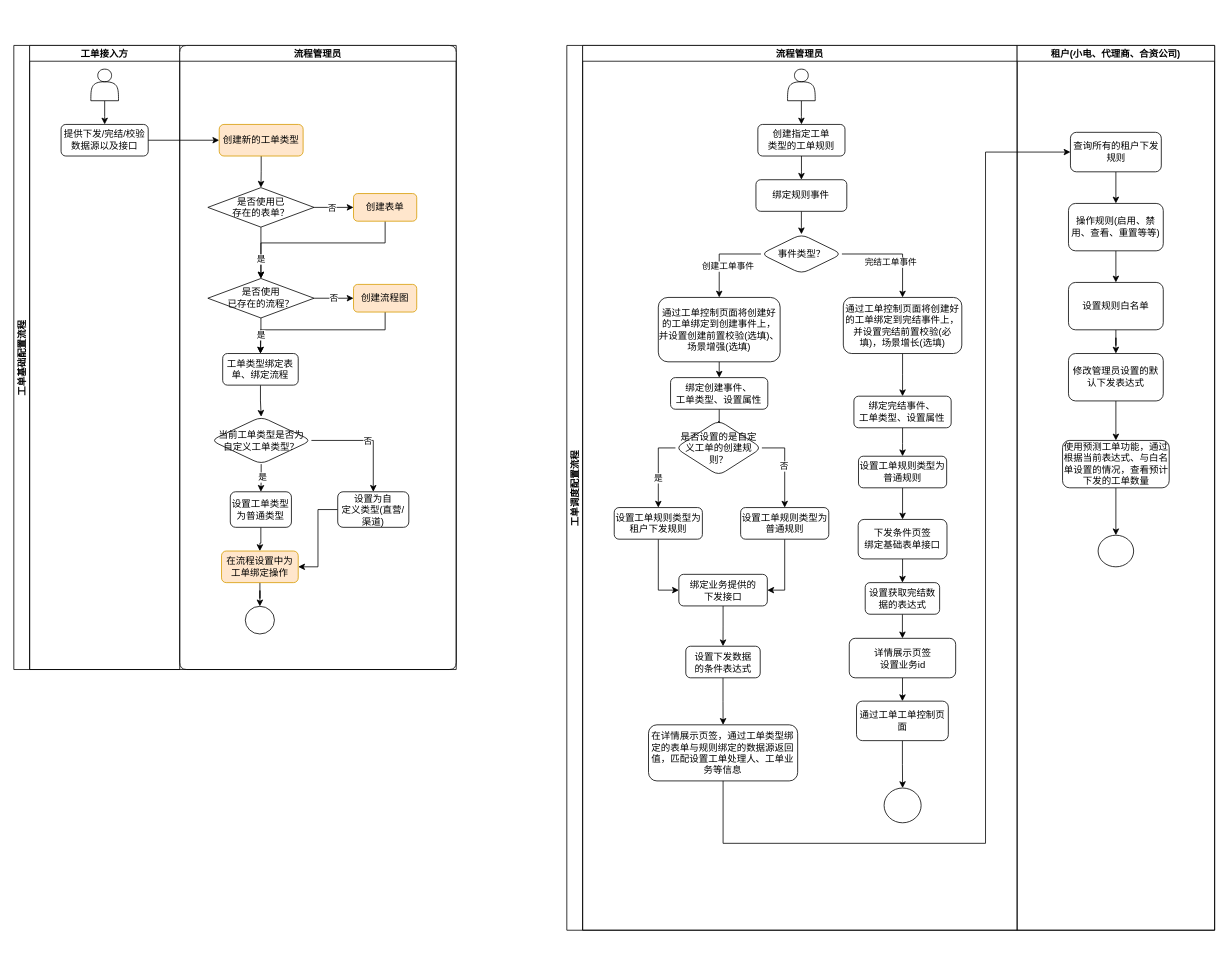
This is 工单配置流程.drawio from 330129161/draw.io, a draw.io file, before an edit. Source tidied: cells renumbered, new cells numbered last; positions are measured from the earlier drawing's top-left corner, leaving out a move shared by most shapes. Both pictures are drawn from the tidied source at 79%, with x=0, y=0 at pixel (13, 45).
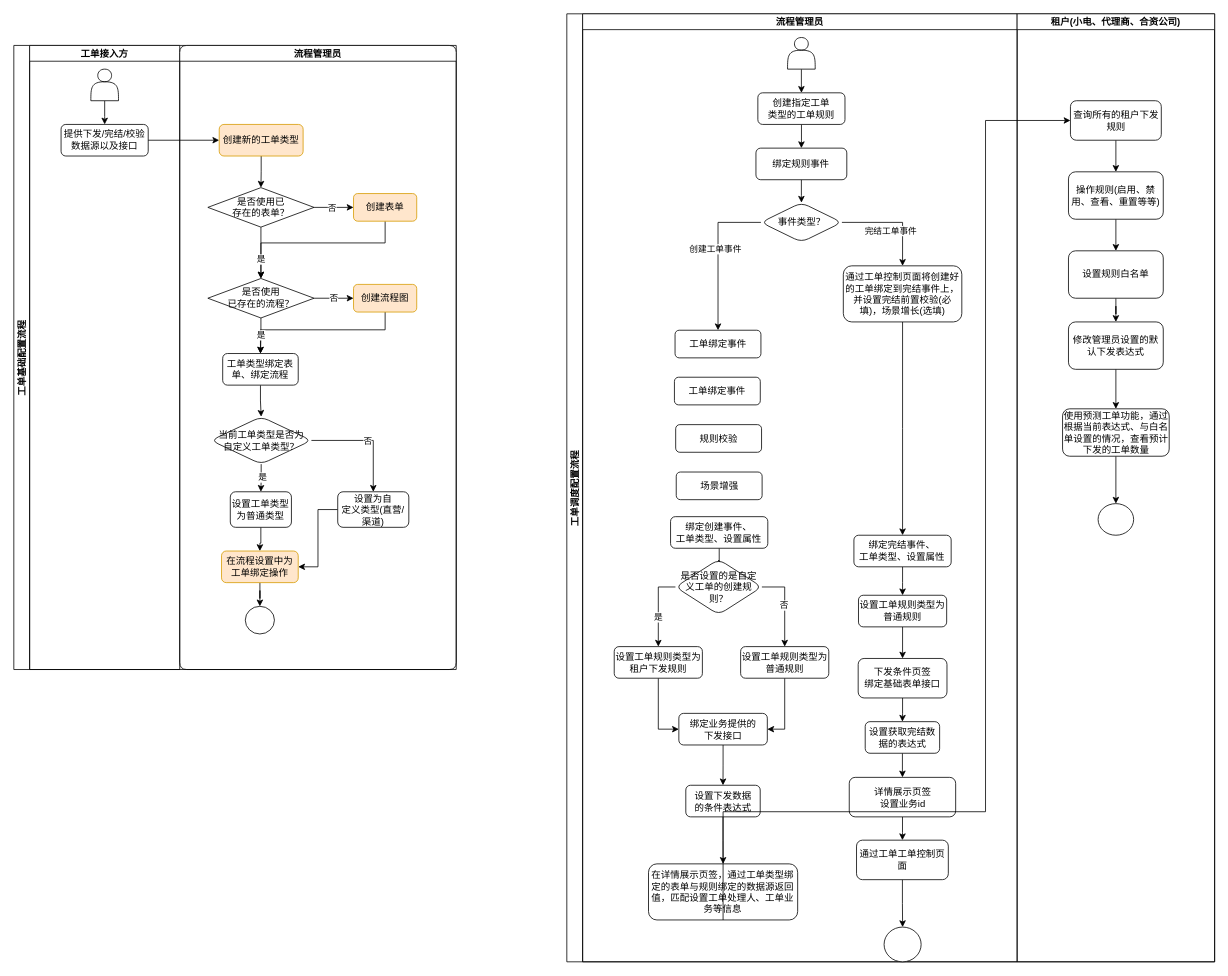
Above is the later version.

Commit message:
更新工单配置流程.drawio

Unchanged cells that the change refers to:
```xml
<mxCell id="14" value="事件类型？" style="rhombus;whiteSpace=wrap;html=1;rounded=1;" parent="3" vertex="1">
  <mxGeometry x="225.7" y="239" width="102.5" height="50" as="geometry" />
</mxCell>
```

What changed in the source:
```diff
@@
     <mxCell id="2" value="工单调度配置流程" style="swimlane;startSize=20;horizontal=0;" parent="1" vertex="1">
-      <mxGeometry x="700" width="820" height="1120" as="geometry" />
+      <mxGeometry x="700" y="-40" width="820" height="1200" as="geometry" />
     </mxCell>
     <mxCell id="3" value="流程管理员" style="swimlane;startSize=20;" parent="2" vertex="1">
-      <mxGeometry x="20" width="550" height="1120" as="geometry" />
+      <mxGeometry x="20" width="550" height="1200" as="geometry" />
     </mxCell>
@@
-    <mxCell id="10" style="edgeStyle=orthogonalEdgeStyle;rounded=0;jettySize=auto;html=1;exitX=0;exitY=0.5;exitDx=0;exitDy=0;" parent="3" edge="1" source="14" target="16">
+    <mxCell id="10" style="edgeStyle=orthogonalEdgeStyle;rounded=0;jettySize=auto;html=1;exitX=0;exitY=0.5;exitDx=0;exitDy=0;" parent="3" edge="1" source="14" target="100">
       <mxGeometry relative="1" as="geometry" />
     </mxCell>
@@
-    <mxCell id="15" style="edgeStyle=orthogonalEdgeStyle;rounded=0;jettySize=auto;html=1;" parent="3" edge="1" source="16" target="20">
-      <mxGeometry relative="1" as="geometry" />
-    </mxCell>
-    <mxCell id="16" value="通过工单控制页面将创建好&lt;br&gt;的工单绑定到创建事件上，&lt;br&gt;并设置创建前置校验(选填)、场景增强(选填)" style="whiteSpace=wrap;html=1;rounded=1;" parent="3" vertex="1">
-      <mxGeometry x="95.8" y="319" width="154.2" height="81.5" as="geometry" />
-    </mxCell>
@@
     <mxCell id="20" value="绑定创建事件、&lt;br&gt;工单类型、设置属性" style="whiteSpace=wrap;html=1;rounded=1;" parent="3" vertex="1">
-      <mxGeometry x="111.3" y="420.5" width="123.1" height="40" as="geometry" />
+      <mxGeometry x="111.3" y="636.5" width="123.1" height="40" as="geometry" />
     </mxCell>
@@
     <mxCell id="22" value="绑定完结事件、&lt;br&gt;工单类型、设置属性" style="whiteSpace=wrap;html=1;rounded=1;" parent="3" vertex="1">
-      <mxGeometry x="343.4" y="444" width="123.1" height="40" as="geometry" />
+      <mxGeometry x="343.4" y="660" width="123.1" height="40" as="geometry" />
     </mxCell>
@@
     <mxCell id="24" value="设置工单规则类型为租户下发规则" style="whiteSpace=wrap;html=1;rounded=1;" parent="3" vertex="1">
-      <mxGeometry x="40" y="585" width="111.6" height="40" as="geometry" />
+      <mxGeometry x="40" y="801" width="111.6" height="40" as="geometry" />
     </mxCell>
@@
     <mxCell id="26" value="设置工单规则类型为普通规则" style="whiteSpace=wrap;html=1;rounded=1;" parent="3" vertex="1">
-      <mxGeometry x="349.2" y="520" width="111.6" height="40" as="geometry" />
+      <mxGeometry x="349.2" y="736" width="111.6" height="40" as="geometry" />
     </mxCell>
@@
     <mxCell id="28" value="绑定业务提供的&lt;br&gt;下发接口" style="whiteSpace=wrap;html=1;rounded=1;" parent="3" vertex="1">
-      <mxGeometry x="121.8" y="669.5" width="112" height="40" as="geometry" />
+      <mxGeometry x="121.8" y="885.5" width="112" height="40" as="geometry" />
     </mxCell>
@@
     <mxCell id="30" value="设置下发数据&lt;br&gt;的条件表达式" style="whiteSpace=wrap;html=1;rounded=1;" parent="3" vertex="1">
-      <mxGeometry x="130.6" y="760.5" width="94.2" height="40" as="geometry" />
+      <mxGeometry x="130.6" y="976.5" width="94.2" height="40" as="geometry" />
     </mxCell>
@@
     <mxCell id="32" value="下发条件页签&lt;br&gt;绑定基础表单接口" style="whiteSpace=wrap;html=1;rounded=1;" parent="3" vertex="1">
-      <mxGeometry x="348.8" y="600" width="112.4" height="50" as="geometry" />
+      <mxGeometry x="348.8" y="816" width="112.4" height="50" as="geometry" />
     </mxCell>
@@
     <mxCell id="37" value="是否设置的是自定义工单的创建规则？" style="rhombus;whiteSpace=wrap;html=1;rounded=1;" parent="3" vertex="1">
-      <mxGeometry x="117.5" y="474.5" width="109.4" height="70" as="geometry" />
+      <mxGeometry x="117.5" y="690.5" width="109.4" height="70" as="geometry" />
     </mxCell>
@@
     <mxCell id="39" value="设置工单规则类型为普通规则" style="whiteSpace=wrap;html=1;rounded=1;" parent="3" vertex="1">
-      <mxGeometry x="200" y="585" width="111.6" height="40" as="geometry" />
+      <mxGeometry x="200" y="801" width="111.6" height="40" as="geometry" />
     </mxCell>
@@
     <mxCell id="41" value="设置获取完结数据的表达式" style="whiteSpace=wrap;html=1;rounded=1;" parent="3" vertex="1">
-      <mxGeometry x="357.7" y="680" width="94.2" height="40" as="geometry" />
+      <mxGeometry x="357.7" y="896" width="94.2" height="40" as="geometry" />
     </mxCell>
     <mxCell id="42" value="在详情展示页签，通过工单类型绑定的表单与规则绑定的数据源返回值，匹配设置工单处理人、工单业务等信息" style="whiteSpace=wrap;html=1;rounded=1;" parent="3" vertex="1">
-      <mxGeometry x="83.4" y="860" width="188.8" height="71" as="geometry" />
+      <mxGeometry x="83.4" y="1076" width="188.8" height="71" as="geometry" />
     </mxCell>
@@
     <mxCell id="44" value="详情展示页签&lt;br&gt;设置业务id" style="whiteSpace=wrap;html=1;rounded=1;" parent="3" vertex="1">
-      <mxGeometry x="337.5" y="750.5" width="134.7" height="50" as="geometry" />
+      <mxGeometry x="337.5" y="966.5" width="134.7" height="50" as="geometry" />
     </mxCell>
@@
     <mxCell id="46" value="通过工单工单控制页面" style="whiteSpace=wrap;html=1;rounded=1;" parent="3" vertex="1">
-      <mxGeometry x="346.7" y="830" width="116.2" height="50" as="geometry" />
+      <mxGeometry x="346.7" y="1046" width="116.2" height="50" as="geometry" />
     </mxCell>
     <mxCell id="47" style="ellipse;whiteSpace=wrap;html=1;rounded=1;" parent="3" vertex="1">
-      <mxGeometry x="381.6" y="940" width="46.9" height="44" as="geometry" />
+      <mxGeometry x="381.6" y="1156" width="46.9" height="44" as="geometry" />
     </mxCell>
+    <mxCell id="97" value="场景增强" style="whiteSpace=wrap;html=1;rounded=1;" parent="3" vertex="1">
+      <mxGeometry x="118.5" y="580" width="108.7" height="35" as="geometry" />
+    </mxCell>
+    <mxCell id="98" value="规则校验" style="whiteSpace=wrap;html=1;rounded=1;" parent="3" vertex="1">
+      <mxGeometry x="117.8" y="520" width="108.7" height="35" as="geometry" />
+    </mxCell>
+    <mxCell id="99" value="工单绑定事件" style="whiteSpace=wrap;html=1;rounded=1;" parent="3" vertex="1">
+      <mxGeometry x="116.2" y="460" width="108.7" height="35" as="geometry" />
+    </mxCell>
+    <mxCell id="100" value="工单绑定事件" style="whiteSpace=wrap;html=1;rounded=1;" parent="3" vertex="1">
+      <mxGeometry x="117" y="400.5" width="108.7" height="35" as="geometry" />
+    </mxCell>
     <mxCell id="48" value="租户(小电、代理商、合资公司)" style="swimlane;startSize=20;" parent="2" vertex="1">
-      <mxGeometry x="570" width="250" height="1120" as="geometry" />
+      <mxGeometry x="570" width="250" height="1200" as="geometry" />
     </mxCell>
```
